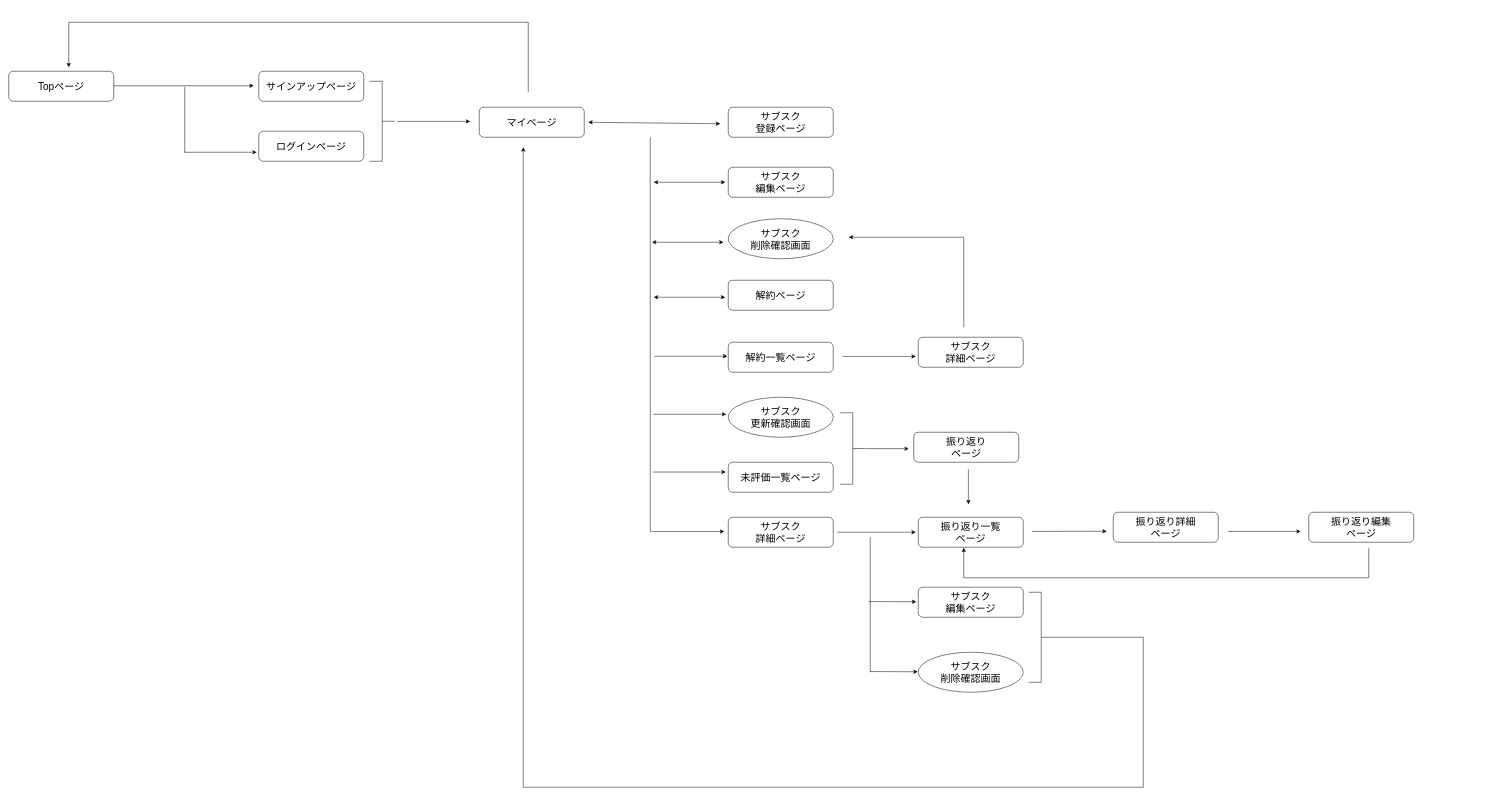
Above: screen_transition_dia.dio in 28niwa2108/look-back (draw.io), before the change. Source tidied: cells renumbered, new cells numbered last; positions are measured from the earlier drawing's top-left corner, leaving out a move shared by most shapes. Both pictures are drawn from the tidied source at 50%, with x=0, y=0 at pixel (8, 22).
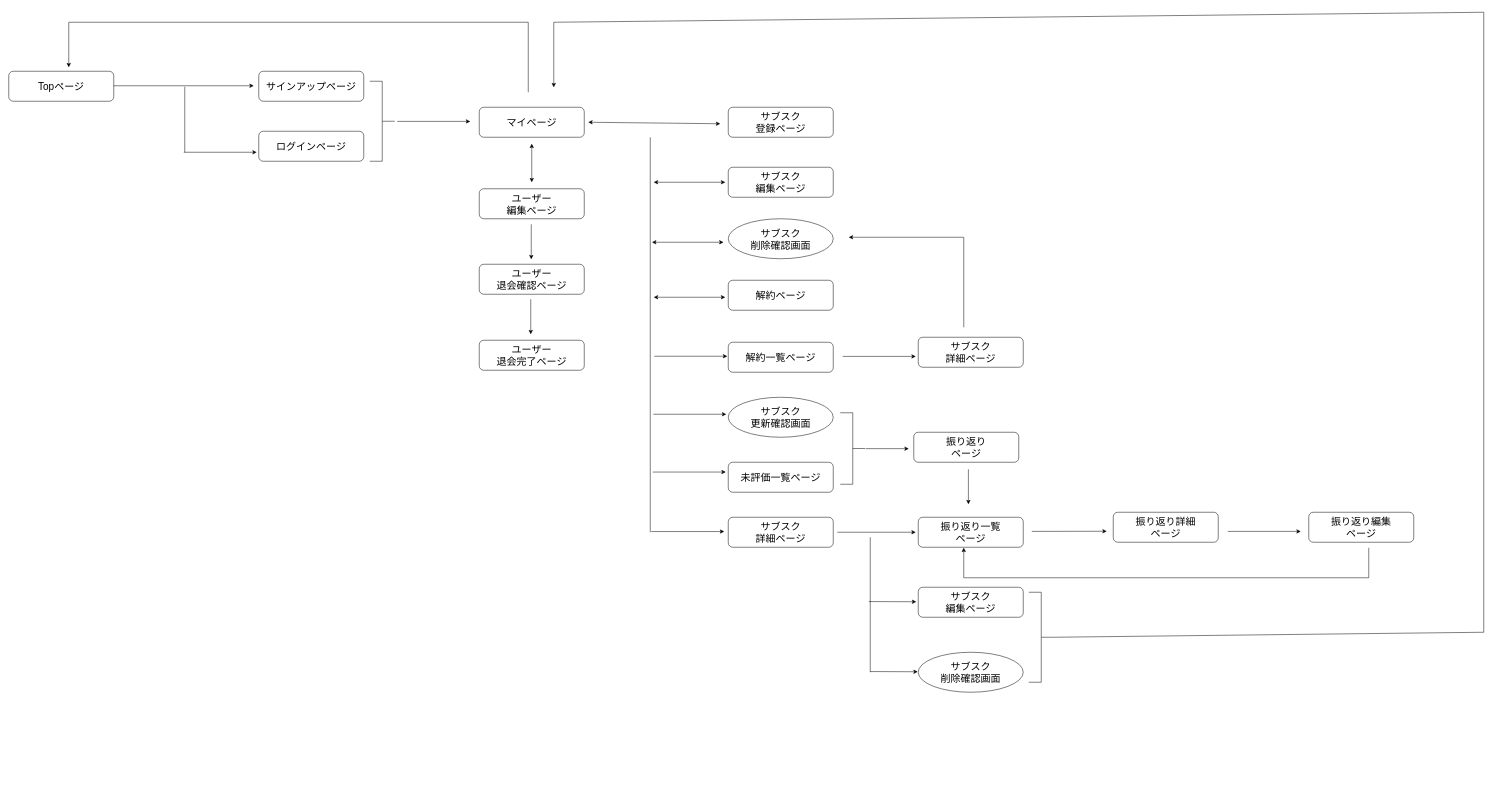
The same diagram, later.

Commit message (it also covers changes not shown here):
追加機能をREADMEに反映

The change refers to these unchanged cells:
```xml
<mxCell id="36" style="strokeWidth=1;html=1;shape=mxgraph.flowchart.annotation_2;align=left;labelPosition=right;rotation=-180;" parent="1" vertex="1">
  <mxGeometry x="2040" y="1140" width="50" height="180" as="geometry" />
</mxCell>
```

What changed in the source:
```diff
@@
     <mxCell id="37" style="endArrow=classic;html=1;rounded=0;exitX=0;exitY=0.5;exitDx=0;exitDy=0;exitPerimeter=0;" parent="1" edge="1" source="36">
       <mxGeometry relative="1" as="geometry">
-        <mxPoint x="1029" y="250" as="targetPoint" />
+        <mxPoint x="1090" y="130" as="targetPoint" />
         <Array as="points">
-          <mxPoint x="2269" y="1230" />
-          <mxPoint x="2269" y="1530" />
-          <mxPoint x="1459" y="1530" />
-          <mxPoint x="1029" y="1530" />
+          <mxPoint x="2950" y="1220" />
+          <mxPoint x="2950" y="-20" />
+          <mxPoint x="1090" />
         </Array>
       </mxGeometry>
     </mxCell>
@@
+    <mxCell id="50" style="endArrow=classic;html=1;" parent="1" edge="1">
+      <mxGeometry relative="1" as="geometry">
+        <mxPoint x="1044" y="554" as="sourcePoint" />
+        <mxPoint x="1044" y="624" as="targetPoint" />
+      </mxGeometry>
+    </mxCell>
+    <mxCell id="51" value="&lt;font style=&quot;font-size: 20px&quot;&gt;ユーザー&lt;br&gt;編集ページ&lt;br&gt;&lt;/font&gt;" style="rounded=1;whiteSpace=wrap;html=1;" parent="1" vertex="1">
+      <mxGeometry x="941" y="333" width="210" height="60" as="geometry" />
+    </mxCell>
+    <mxCell id="52" style="endArrow=classic;html=1;" parent="1" edge="1">
+      <mxGeometry relative="1" as="geometry">
+        <mxPoint x="1045" y="404" as="sourcePoint" />
+        <mxPoint x="1045" y="474" as="targetPoint" />
+      </mxGeometry>
+    </mxCell>
+    <mxCell id="53" value="&lt;font style=&quot;font-size: 20px&quot;&gt;ユーザー&lt;br&gt;退会確認ページ&lt;br&gt;&lt;/font&gt;" style="rounded=1;whiteSpace=wrap;html=1;" parent="1" vertex="1">
+      <mxGeometry x="941" y="484" width="210" height="60" as="geometry" />
+    </mxCell>
+    <mxCell id="54" value="&lt;font style=&quot;font-size: 20px&quot;&gt;ユーザー&lt;br&gt;退会完了ページ&lt;br&gt;&lt;/font&gt;" style="rounded=1;whiteSpace=wrap;html=1;" parent="1" vertex="1">
+      <mxGeometry x="941" y="636" width="210" height="60" as="geometry" />
+    </mxCell>
+    <mxCell id="55" style="endArrow=classic;startArrow=classic;html=1;exitX=0.5;exitY=0;exitDx=0;exitDy=0;" parent="1" edge="1">
+      <mxGeometry relative="1" as="geometry">
+        <mxPoint x="1046" y="320" as="sourcePoint" />
+        <mxPoint x="1046" y="243" as="targetPoint" />
+      </mxGeometry>
+    </mxCell>
```
